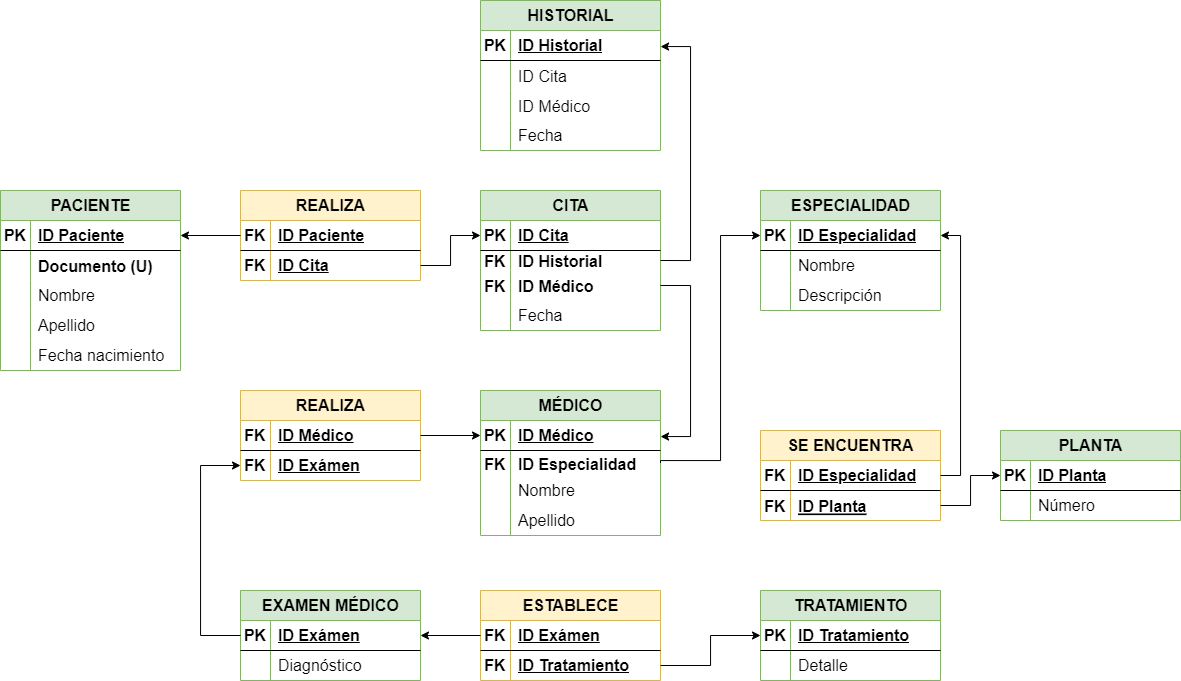
dawproyectos/proyecto_bae keeps this draw.io diagram as img/diagrama_er.drawio.png. Above is the earlier version. Source tidied: cells renumbered, new cells last; positions are measured from the earlier drawing's top-left corner, leaving out a move shared by most shapes.
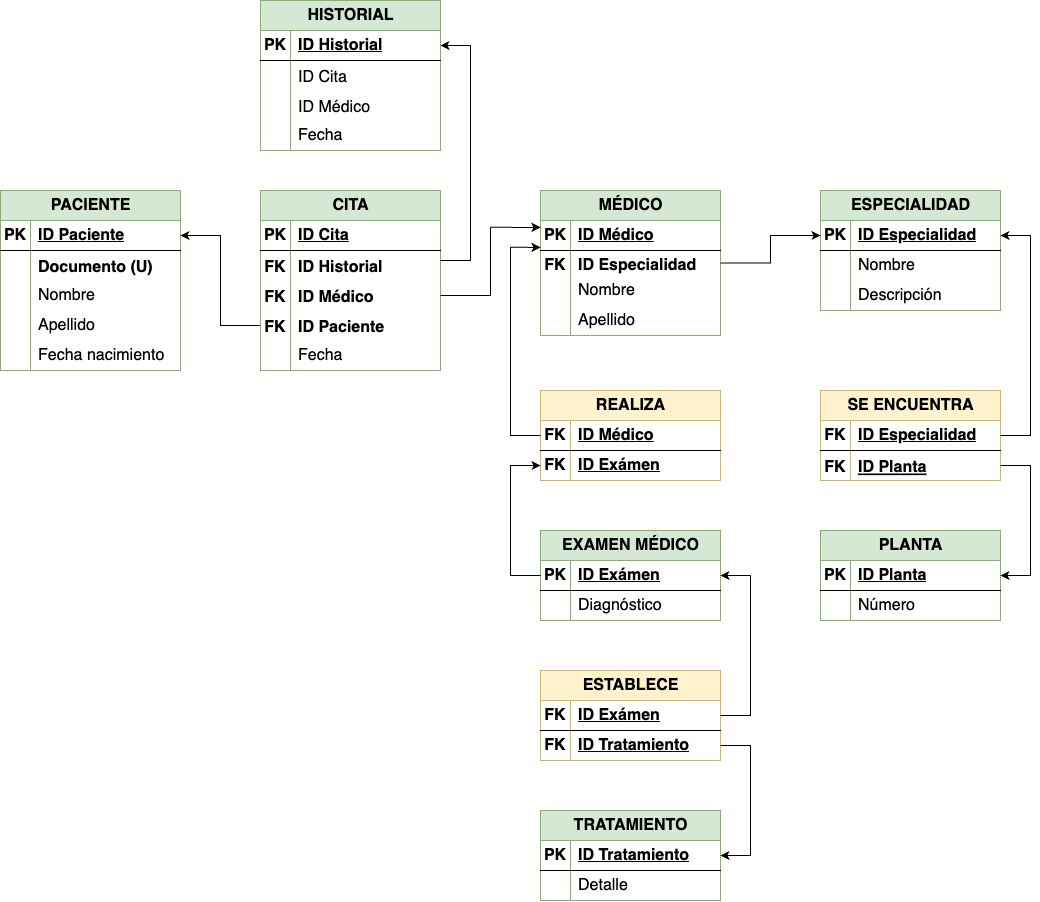
Above is the later version.

The edit, as a diff of the source:
```diff
@@ -3,7 +3,7 @@
     <mxCell id="0" />
     <mxCell id="1" parent="0" />
     <mxCell id="2" value="&lt;font style=&quot;font-size: 16px;&quot;&gt;PACIENTE&lt;/font&gt;" style="shape=table;startSize=30;rowLines=0;fontStyle=1;align=center;html=1;fillColor=#d5e8d4;strokeColor=#82b366;fontSize=16;" parent="1" vertex="1">
-      <mxGeometry y="190" width="180" height="180" as="geometry" />
+      <mxGeometry y="350" width="180" height="180" as="geometry" />
     </mxCell>
     <mxCell id="3" style="shape=tableRow;horizontal=0;startSize=0;swimlaneHead=0;swimlaneBody=0;fillColor=none;points=[[0,0.5],[1,0.5]];portConstraint=eastwest;top=0;left=0;right=0;bottom=1;fontSize=16;" parent="2" vertex="1">
       <mxGeometry y="30" width="180" height="30" as="geometry" />
@@ -50,32 +50,11 @@
     <mxCell id="17" value="Fecha nacimiento" style="shape=partialRectangle;fillColor=none;top=0;left=0;bottom=0;right=0;align=left;spacingLeft=6;overflow=hidden;whiteSpace=wrap;html=1;fontSize=16;" parent="15" vertex="1">
       <mxGeometry x="30" width="150" height="30" as="geometry" />
     </mxCell>
-    <mxCell id="18" value="REALIZA" style="shape=table;startSize=30;rowLines=0;fontStyle=1;align=center;html=1;fillColor=#fff2cc;strokeColor=#d6b656;fontSize=16;" parent="1" vertex="1">
-      <mxGeometry x="240" y="190" width="180" height="90" as="geometry" />
-    </mxCell>
-    <mxCell id="19" style="shape=tableRow;horizontal=0;startSize=0;swimlaneHead=0;swimlaneBody=0;fillColor=none;points=[[0,0.5],[1,0.5]];portConstraint=eastwest;top=0;left=0;right=0;bottom=1;fontSize=16;" parent="18" vertex="1">
-      <mxGeometry y="30" width="180" height="30" as="geometry" />
-    </mxCell>
-    <mxCell id="20" value="FK" style="shape=partialRectangle;fillColor=none;top=0;left=0;bottom=0;right=0;fontStyle=1;overflow=hidden;whiteSpace=wrap;html=1;fontSize=16;" parent="19" vertex="1">
-      <mxGeometry width="30" height="30" as="geometry" />
-    </mxCell>
-    <mxCell id="21" value="ID Paciente" style="shape=partialRectangle;fillColor=none;top=0;left=0;bottom=0;right=0;align=left;spacingLeft=6;fontStyle=5;overflow=hidden;whiteSpace=wrap;html=1;fontSize=16;" parent="19" vertex="1">
-      <mxGeometry x="30" width="150" height="30" as="geometry" />
-    </mxCell>
-    <mxCell id="22" style="shape=tableRow;horizontal=0;startSize=0;swimlaneHead=0;swimlaneBody=0;fillColor=none;points=[[0,0.5],[1,0.5]];portConstraint=eastwest;top=0;left=0;right=0;bottom=0;fontSize=16;" parent="18" vertex="1">
-      <mxGeometry y="60" width="180" height="30" as="geometry" />
-    </mxCell>
-    <mxCell id="23" value="FK" style="shape=partialRectangle;fillColor=none;top=0;left=0;bottom=0;right=0;overflow=hidden;whiteSpace=wrap;html=1;fontStyle=1;fontSize=16;" parent="22" vertex="1">
-      <mxGeometry width="30" height="30" as="geometry" />
-    </mxCell>
-    <mxCell id="24" value="&lt;b style=&quot;font-size: 16px;&quot;&gt;&lt;u style=&quot;font-size: 16px;&quot;&gt;ID Cita&lt;/u&gt;&lt;/b&gt;" style="shape=partialRectangle;fillColor=none;top=0;left=0;bottom=0;right=0;align=left;spacingLeft=6;overflow=hidden;whiteSpace=wrap;html=1;fontSize=16;" parent="22" vertex="1">
-      <mxGeometry x="30" width="150" height="30" as="geometry" />
-    </mxCell>
-    <mxCell id="25" style="edgeStyle=orthogonalEdgeStyle;rounded=0;jettySize=auto;html=1;exitX=0;exitY=0.5;exitDx=0;exitDy=0;fontSize=16;" parent="1" edge="1" source="19" target="3">
+    <mxCell id="25" style="edgeStyle=orthogonalEdgeStyle;rounded=0;jettySize=auto;html=1;exitX=0;exitY=0.5;exitDx=0;exitDy=0;fontSize=16;" parent="1" edge="1" source="127" target="3">
       <mxGeometry relative="1" as="geometry" />
     </mxCell>
     <mxCell id="26" value="CITA" style="shape=table;startSize=30;rowLines=0;fontStyle=1;align=center;html=1;fillColor=#d5e8d4;strokeColor=#82b366;fontSize=16;" parent="1" vertex="1">
-      <mxGeometry x="480" y="190" width="180" height="140" as="geometry" />
+      <mxGeometry x="260" y="350" width="180" height="180" as="geometry" />
     </mxCell>
     <mxCell id="27" style="shape=tableRow;horizontal=0;startSize=0;swimlaneHead=0;swimlaneBody=0;fillColor=none;points=[[0,0.5],[1,0.5]];portConstraint=eastwest;top=0;left=0;right=0;bottom=1;fontSize=16;" parent="26" vertex="1">
       <mxGeometry y="30" width="180" height="30" as="geometry" />
@@ -87,16 +66,16 @@
       <mxGeometry x="30" width="150" height="30" as="geometry" />
     </mxCell>
     <mxCell id="30" style="shape=tableRow;horizontal=0;startSize=0;swimlaneHead=0;swimlaneBody=0;fillColor=none;points=[[0,0.5],[1,0.5]];portConstraint=eastwest;top=0;left=0;right=0;bottom=0;fontSize=16;" parent="26" vertex="1">
-      <mxGeometry y="60" width="180" height="20" as="geometry" />
+      <mxGeometry y="60" width="180" height="30" as="geometry" />
     </mxCell>
     <mxCell id="31" value="FK" style="shape=partialRectangle;fillColor=none;top=0;left=0;bottom=0;right=0;overflow=hidden;fontStyle=1;fontSize=16;" parent="30" vertex="1">
-      <mxGeometry width="30" height="20" as="geometry" />
+      <mxGeometry width="30" height="30" as="geometry" />
     </mxCell>
     <mxCell id="32" value="ID Historial" style="shape=partialRectangle;fillColor=none;top=0;left=0;bottom=0;right=0;align=left;spacingLeft=6;overflow=hidden;fontStyle=1;fontSize=16;" parent="30" vertex="1">
-      <mxGeometry x="30" width="150" height="20" as="geometry" />
+      <mxGeometry x="30" width="150" height="30" as="geometry" />
     </mxCell>
     <mxCell id="33" style="shape=tableRow;horizontal=0;startSize=0;swimlaneHead=0;swimlaneBody=0;fillColor=none;points=[[0,0.5],[1,0.5]];portConstraint=eastwest;top=0;left=0;right=0;bottom=0;fontSize=16;" parent="26" vertex="1">
-      <mxGeometry y="80" width="180" height="30" as="geometry" />
+      <mxGeometry y="90" width="180" height="30" as="geometry" />
     </mxCell>
     <mxCell id="34" value="FK" style="shape=partialRectangle;fillColor=none;top=0;left=0;bottom=0;right=0;overflow=hidden;fontStyle=1;fontSize=16;" parent="33" vertex="1">
       <mxGeometry width="30" height="30" as="geometry" />
@@ -104,8 +83,17 @@
     <mxCell id="35" value="ID Médico" style="shape=partialRectangle;fillColor=none;top=0;left=0;bottom=0;right=0;align=left;spacingLeft=6;overflow=hidden;fontStyle=1;fontSize=16;" parent="33" vertex="1">
       <mxGeometry x="30" width="150" height="30" as="geometry" />
     </mxCell>
+    <mxCell id="127" style="shape=tableRow;horizontal=0;startSize=0;swimlaneHead=0;swimlaneBody=0;fillColor=none;points=[[0,0.5],[1,0.5]];portConstraint=eastwest;top=0;left=0;right=0;bottom=0;fontSize=16;" parent="26" vertex="1">
+      <mxGeometry y="120" width="180" height="30" as="geometry" />
+    </mxCell>
+    <mxCell id="128" value="FK" style="shape=partialRectangle;fillColor=none;top=0;left=0;bottom=0;right=0;overflow=hidden;fontStyle=1;fontSize=16;" parent="127" vertex="1">
+      <mxGeometry width="30" height="30" as="geometry" />
+    </mxCell>
+    <mxCell id="21" value="ID Paciente" style="shape=partialRectangle;fillColor=none;top=0;left=0;bottom=0;right=0;align=left;spacingLeft=6;overflow=hidden;fontStyle=1;fontSize=16;" parent="127" vertex="1">
+      <mxGeometry x="30" width="150" height="30" as="geometry" />
+    </mxCell>
     <mxCell id="36" style="shape=tableRow;horizontal=0;startSize=0;swimlaneHead=0;swimlaneBody=0;fillColor=none;top=0;left=0;right=0;bottom=0;fontSize=16;" parent="26" vertex="1">
-      <mxGeometry y="110" width="180" height="30" as="geometry" />
+      <mxGeometry y="150" width="180" height="30" as="geometry" />
     </mxCell>
     <mxCell id="37" style="shape=partialRectangle;fillColor=none;top=0;left=0;bottom=0;right=0;overflow=hidden;whiteSpace=wrap;html=1;fontSize=16;" parent="36" vertex="1">
       <mxGeometry width="30" height="30" as="geometry" />
@@ -113,11 +101,8 @@
     <mxCell id="38" value="Fecha " style="shape=partialRectangle;fillColor=none;top=0;left=0;bottom=0;right=0;align=left;spacingLeft=6;overflow=hidden;whiteSpace=wrap;html=1;fontSize=16;" parent="36" vertex="1">
       <mxGeometry x="30" width="150" height="30" as="geometry" />
     </mxCell>
-    <mxCell id="39" style="edgeStyle=orthogonalEdgeStyle;rounded=0;jettySize=auto;html=1;exitX=1;exitY=0.5;exitDx=0;exitDy=0;entryX=0;entryY=0.5;entryDx=0;entryDy=0;fontSize=16;" parent="1" edge="1" source="22" target="27">
-      <mxGeometry relative="1" as="geometry" />
-    </mxCell>
     <mxCell id="40" value="HISTORIAL" style="shape=table;startSize=30;rowLines=0;fontStyle=1;align=center;html=1;fillColor=#d5e8d4;strokeColor=#82b366;fontSize=16;" parent="1" vertex="1">
-      <mxGeometry x="480" width="180" height="150" as="geometry" />
+      <mxGeometry x="260" y="160" width="180" height="150" as="geometry" />
     </mxCell>
     <mxCell id="41" style="shape=tableRow;horizontal=0;startSize=0;swimlaneHead=0;swimlaneBody=0;fillColor=none;points=[[0,0.5],[1,0.5]];portConstraint=eastwest;top=0;left=0;right=0;bottom=1;fontSize=16;" parent="40" vertex="1">
       <mxGeometry y="30" width="180" height="30" as="geometry" />
@@ -156,7 +141,7 @@
       <mxGeometry x="30" width="150" height="30" as="geometry" />
     </mxCell>
     <mxCell id="53" value="MÉDICO" style="shape=table;startSize=30;rowLines=0;fontStyle=1;align=center;html=1;fillColor=#d5e8d4;strokeColor=#82b366;fontSize=16;" parent="1" vertex="1">
-      <mxGeometry x="480" y="390" width="180" height="145" as="geometry" />
+      <mxGeometry x="540" y="350" width="180" height="145" as="geometry" />
     </mxCell>
     <mxCell id="54" style="shape=tableRow;horizontal=0;startSize=0;swimlaneHead=0;swimlaneBody=0;fillColor=none;points=[[0,0.5],[1,0.5]];portConstraint=eastwest;top=0;left=0;right=0;bottom=1;fontSize=16;" parent="53" vertex="1">
       <mxGeometry y="30" width="180" height="30" as="geometry" />
@@ -195,7 +180,7 @@
       <mxGeometry x="30" width="150" height="30" as="geometry" />
     </mxCell>
     <mxCell id="66" value="ESPECIALIDAD" style="shape=table;startSize=30;rowLines=0;fontStyle=1;align=center;html=1;fillColor=#d5e8d4;strokeColor=#82b366;fontSize=16;" parent="1" vertex="1">
-      <mxGeometry x="760" y="190" width="180" height="120" as="geometry" />
+      <mxGeometry x="820" y="350" width="180" height="120" as="geometry" />
     </mxCell>
     <mxCell id="67" style="shape=tableRow;horizontal=0;startSize=0;swimlaneHead=0;swimlaneBody=0;fillColor=none;points=[[0,0.5],[1,0.5]];portConstraint=eastwest;top=0;left=0;right=0;bottom=1;fontSize=16;" parent="66" vertex="1">
       <mxGeometry y="30" width="180" height="30" as="geometry" />
@@ -225,7 +210,7 @@
       <mxGeometry x="30" width="150" height="30" as="geometry" />
     </mxCell>
     <mxCell id="76" value="SE ENCUENTRA" style="shape=table;startSize=30;rowLines=0;fontStyle=1;align=center;html=1;fillColor=#fff2cc;strokeColor=#d6b656;fontSize=16;" parent="1" vertex="1">
-      <mxGeometry x="760" y="430" width="180" height="90" as="geometry" />
+      <mxGeometry x="820" y="550" width="180" height="90" as="geometry" />
     </mxCell>
     <mxCell id="77" style="shape=tableRow;horizontal=0;startSize=0;swimlaneHead=0;swimlaneBody=0;fillColor=none;points=[[0,0.5],[1,0.5]];portConstraint=eastwest;top=0;left=0;right=0;bottom=1;fontSize=16;" parent="76" vertex="1">
       <mxGeometry y="30" width="180" height="30" as="geometry" />
@@ -246,10 +231,15 @@
       <mxGeometry x="30" width="150" height="30" as="geometry" />
     </mxCell>
     <mxCell id="83" style="edgeStyle=orthogonalEdgeStyle;rounded=0;jettySize=auto;html=1;exitX=1;exitY=0.5;exitDx=0;exitDy=0;fontSize=16;" parent="1" edge="1" source="77" target="67">
-      <mxGeometry relative="1" as="geometry" />
+      <mxGeometry relative="1" as="geometry">
+        <Array as="points">
+          <mxPoint x="1030" y="595" />
+          <mxPoint x="1030" y="395" />
+        </Array>
+      </mxGeometry>
     </mxCell>
     <mxCell id="84" value="PLANTA" style="shape=table;startSize=30;rowLines=0;fontStyle=1;align=center;html=1;fillColor=#d5e8d4;strokeColor=#82b366;fontSize=16;" parent="1" vertex="1">
-      <mxGeometry x="1000" y="430" width="180" height="90" as="geometry" />
+      <mxGeometry x="820" y="690" width="180" height="90" as="geometry" />
     </mxCell>
     <mxCell id="85" style="shape=tableRow;horizontal=0;startSize=0;swimlaneHead=0;swimlaneBody=0;fillColor=none;points=[[0,0.5],[1,0.5]];portConstraint=eastwest;top=0;left=0;right=0;bottom=1;fontSize=16;" parent="84" vertex="1">
       <mxGeometry y="30" width="180" height="30" as="geometry" />
@@ -270,10 +260,15 @@
       <mxGeometry x="30" width="150" height="30" as="geometry" />
     </mxCell>
     <mxCell id="91" style="edgeStyle=orthogonalEdgeStyle;rounded=0;jettySize=auto;html=1;exitX=1;exitY=0.5;exitDx=0;exitDy=0;fontSize=16;" parent="1" edge="1" source="80" target="85">
-      <mxGeometry relative="1" as="geometry" />
+      <mxGeometry relative="1" as="geometry">
+        <Array as="points">
+          <mxPoint x="1030" y="625" />
+          <mxPoint x="1030" y="735" />
+        </Array>
+      </mxGeometry>
     </mxCell>
     <mxCell id="92" value="REALIZA" style="shape=table;startSize=30;rowLines=0;fontStyle=1;align=center;html=1;fillColor=#fff2cc;strokeColor=#d6b656;fontSize=16;" parent="1" vertex="1">
-      <mxGeometry x="240" y="390" width="180" height="90" as="geometry" />
+      <mxGeometry x="540" y="550" width="180" height="90" as="geometry" />
     </mxCell>
     <mxCell id="93" style="shape=tableRow;horizontal=0;startSize=0;swimlaneHead=0;swimlaneBody=0;fillColor=none;points=[[0,0.5],[1,0.5]];portConstraint=eastwest;top=0;left=0;right=0;bottom=1;fontSize=16;" parent="92" vertex="1">
       <mxGeometry y="30" width="180" height="30" as="geometry" />
@@ -294,7 +289,7 @@
       <mxGeometry x="30" width="150" height="30" as="geometry" />
     </mxCell>
     <mxCell id="99" value="EXAMEN MÉDICO" style="shape=table;startSize=30;rowLines=0;fontStyle=1;align=center;html=1;fillColor=#d5e8d4;strokeColor=#82b366;fontSize=16;" parent="1" vertex="1">
-      <mxGeometry x="240" y="590" width="180" height="90" as="geometry" />
+      <mxGeometry x="540" y="690" width="180" height="90" as="geometry" />
     </mxCell>
     <mxCell id="100" style="shape=tableRow;horizontal=0;startSize=0;swimlaneHead=0;swimlaneBody=0;fillColor=none;points=[[0,0.5],[1,0.5]];portConstraint=eastwest;top=0;left=0;right=0;bottom=1;fontSize=16;" parent="99" vertex="1">
       <mxGeometry y="30" width="180" height="30" as="geometry" />
@@ -317,13 +312,13 @@
     <mxCell id="106" style="edgeStyle=orthogonalEdgeStyle;rounded=0;jettySize=auto;html=1;exitX=0;exitY=0.5;exitDx=0;exitDy=0;entryX=0;entryY=0.5;entryDx=0;entryDy=0;fontSize=16;" parent="1" edge="1" source="100" target="96">
       <mxGeometry relative="1" as="geometry">
         <Array as="points">
-          <mxPoint x="200" y="635" />
-          <mxPoint x="200" y="465" />
+          <mxPoint x="510" y="735" />
+          <mxPoint x="510" y="625" />
         </Array>
       </mxGeometry>
     </mxCell>
     <mxCell id="107" value="ESTABLECE" style="shape=table;startSize=30;rowLines=0;fontStyle=1;align=center;html=1;fillColor=#fff2cc;strokeColor=#d6b656;fontSize=16;" parent="1" vertex="1">
-      <mxGeometry x="480" y="590" width="180" height="90" as="geometry" />
+      <mxGeometry x="540" y="830" width="180" height="90" as="geometry" />
     </mxCell>
     <mxCell id="108" style="shape=tableRow;horizontal=0;startSize=0;swimlaneHead=0;swimlaneBody=0;fillColor=none;points=[[0,0.5],[1,0.5]];portConstraint=eastwest;top=0;left=0;right=0;bottom=1;fontSize=16;" parent="107" vertex="1">
       <mxGeometry y="30" width="180" height="30" as="geometry" />
@@ -343,11 +338,16 @@
     <mxCell id="113" value="&lt;b style=&quot;font-size: 16px;&quot;&gt;&lt;u style=&quot;font-size: 16px;&quot;&gt;ID Tratamiento&lt;/u&gt;&lt;/b&gt;" style="shape=partialRectangle;fillColor=none;top=0;left=0;bottom=0;right=0;align=left;spacingLeft=6;overflow=hidden;whiteSpace=wrap;html=1;fontSize=16;" parent="111" vertex="1">
       <mxGeometry x="30" width="150" height="30" as="geometry" />
     </mxCell>
-    <mxCell id="114" style="edgeStyle=orthogonalEdgeStyle;rounded=0;jettySize=auto;html=1;exitX=0;exitY=0.5;exitDx=0;exitDy=0;fontSize=16;" parent="1" edge="1" source="108" target="100">
-      <mxGeometry relative="1" as="geometry" />
+    <mxCell id="114" style="edgeStyle=orthogonalEdgeStyle;rounded=0;jettySize=auto;html=1;exitX=1;exitY=0.5;exitDx=0;exitDy=0;fontSize=16;" parent="1" edge="1" source="108" target="100">
+      <mxGeometry relative="1" as="geometry">
+        <Array as="points">
+          <mxPoint x="750" y="875" />
+          <mxPoint x="750" y="735" />
+        </Array>
+      </mxGeometry>
     </mxCell>
     <mxCell id="115" value="TRATAMIENTO" style="shape=table;startSize=30;rowLines=0;fontStyle=1;align=center;html=1;fillColor=#d5e8d4;strokeColor=#82b366;fontSize=16;" parent="1" vertex="1">
-      <mxGeometry x="760" y="590" width="180" height="90" as="geometry" />
+      <mxGeometry x="540" y="970" width="180" height="90" as="geometry" />
     </mxCell>
     <mxCell id="116" style="shape=tableRow;horizontal=0;startSize=0;swimlaneHead=0;swimlaneBody=0;fillColor=none;points=[[0,0.5],[1,0.5]];portConstraint=eastwest;top=0;left=0;right=0;bottom=1;fontSize=16;" parent="115" vertex="1">
       <mxGeometry y="30" width="180" height="30" as="geometry" />
@@ -368,37 +368,35 @@
       <mxGeometry x="30" width="150" height="30" as="geometry" />
     </mxCell>
     <mxCell id="122" style="edgeStyle=orthogonalEdgeStyle;rounded=0;jettySize=auto;html=1;exitX=1;exitY=0.5;exitDx=0;exitDy=0;fontSize=16;" parent="1" edge="1" source="111" target="116">
-      <mxGeometry relative="1" as="geometry" />
+      <mxGeometry relative="1" as="geometry">
+        <Array as="points">
+          <mxPoint x="750" y="905" />
+          <mxPoint x="750" y="1015" />
+        </Array>
+      </mxGeometry>
     </mxCell>
-    <mxCell id="123" style="edgeStyle=orthogonalEdgeStyle;rounded=0;jettySize=auto;html=1;exitX=1;exitY=0.5;exitDx=0;exitDy=0;fontSize=16;entryX=1;entryY=0.5;entryDx=0;entryDy=0;" parent="1" edge="1" source="30" target="41">
+    <mxCell id="123" style="edgeStyle=orthogonalEdgeStyle;rounded=0;jettySize=auto;html=1;fontSize=16;entryX=1;entryY=0.5;entryDx=0;entryDy=0;" parent="1" edge="1" target="41">
       <mxGeometry relative="1" as="geometry">
+        <mxPoint x="440" y="420" as="sourcePoint" />
         <Array as="points">
-          <mxPoint x="690" y="260" />
-          <mxPoint x="690" y="46" />
-          <mxPoint x="660" y="46" />
+          <mxPoint x="470" y="420" />
+          <mxPoint x="470" y="205" />
         </Array>
       </mxGeometry>
     </mxCell>
-    <mxCell id="124" style="edgeStyle=orthogonalEdgeStyle;rounded=0;jettySize=auto;html=1;exitX=1;exitY=0.5;exitDx=0;exitDy=0;entryX=1;entryY=0.5;entryDx=0;entryDy=0;fontSize=16;" parent="1" edge="1" source="33" target="54">
-      <mxGeometry relative="1" as="geometry">
-        <Array as="points">
-          <mxPoint x="690" y="285" />
-          <mxPoint x="690" y="436" />
-          <mxPoint x="660" y="436" />
-        </Array>
-      </mxGeometry>
-    </mxCell>
-    <mxCell id="125" style="edgeStyle=orthogonalEdgeStyle;rounded=0;jettySize=auto;html=1;exitX=1;exitY=0.5;exitDx=0;exitDy=0;entryX=0;entryY=0.5;entryDx=0;entryDy=0;fontSize=16;" parent="1" edge="1" source="93" target="54">
-      <mxGeometry relative="1" as="geometry" />
+    <mxCell id="125" style="edgeStyle=orthogonalEdgeStyle;rounded=0;jettySize=auto;html=1;exitX=0;exitY=0.5;exitDx=0;exitDy=0;entryX=0;entryY=0.897;entryDx=0;entryDy=0;fontSize=16;entryPerimeter=0;" parent="1" edge="1" source="93" target="54">
+      <mxGeometry relative="1" as="geometry">
+        <Array as="points">
+          <mxPoint x="510" y="595" />
+          <mxPoint x="510" y="407" />
+        </Array>
+      </mxGeometry>
     </mxCell>
-    <mxCell id="126" style="edgeStyle=orthogonalEdgeStyle;rounded=0;jettySize=auto;html=1;exitX=1;exitY=0.5;exitDx=0;exitDy=0;entryX=0;entryY=0.5;entryDx=0;entryDy=0;fontSize=16;" parent="1" edge="1" source="57" target="67">
-      <mxGeometry relative="1" as="geometry">
-        <Array as="points">
-          <mxPoint x="660" y="460" />
-          <mxPoint x="720" y="460" />
-          <mxPoint x="720" y="235" />
-        </Array>
-      </mxGeometry>
+    <mxCell id="126" style="edgeStyle=orthogonalEdgeStyle;rounded=0;jettySize=auto;html=1;exitX=1;exitY=0.5;exitDx=0;exitDy=0;entryX=0;entryY=0.5;entryDx=0;entryDy=0;" parent="1" edge="1" source="57" target="67">
+      <mxGeometry relative="1" as="geometry" />
     </mxCell>
+    <mxCell id="124" style="edgeStyle=orthogonalEdgeStyle;rounded=0;jettySize=auto;html=1;entryX=0;entryY=0.231;entryDx=0;entryDy=0;entryPerimeter=0;" parent="1" edge="1" source="33" target="54">
+      <mxGeometry relative="1" as="geometry" />
+    </mxCell>
   </root>
 </mxGraphModel>
```
